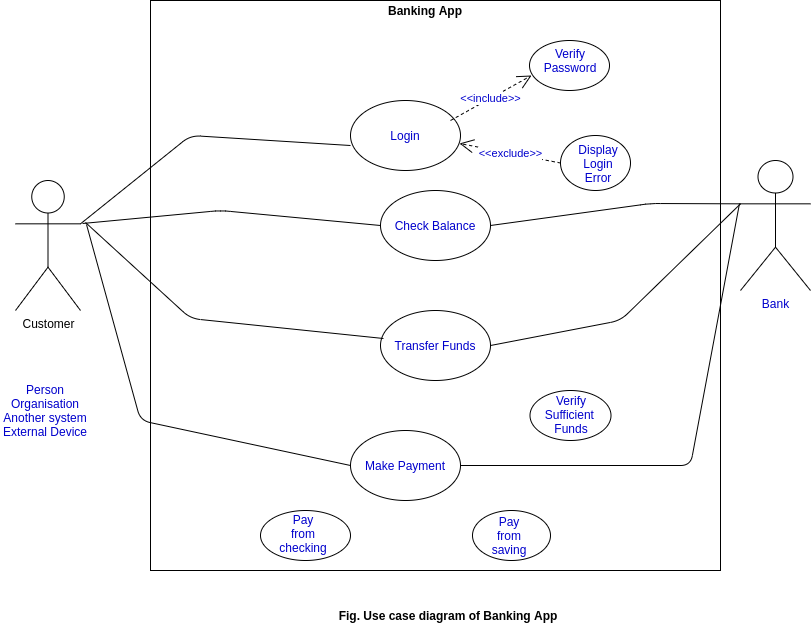
ERUSDHARMENDRA/diagrams keeps this draw.io diagram as use_case_diagram.png. Above is the earlier version. Source tidied: cells renumbered, new cells last; positions are measured from the earlier drawing's top-left corner, leaving out a move shared by most shapes.
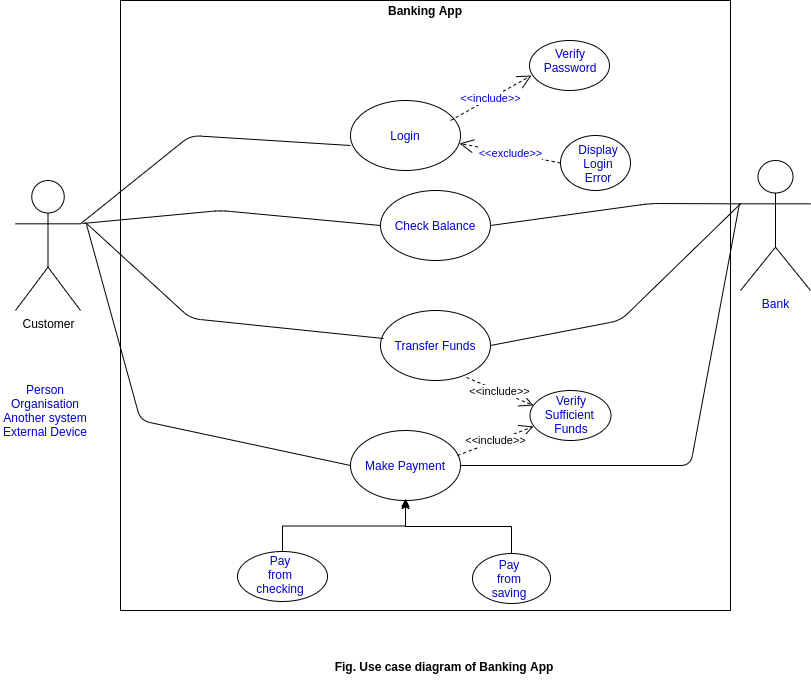
The same diagram one commit later.

Change to the diagram source:
```diff
@@ -3,7 +3,7 @@
     <mxCell id="0" />
     <mxCell id="1" parent="0" />
     <mxCell id="2" style="whiteSpace=wrap;html=1;" parent="1" vertex="1">
-      <mxGeometry x="150" width="570" height="570" as="geometry" />
+      <mxGeometry x="120" width="610" height="610" as="geometry" />
     </mxCell>
     <mxCell id="3" value="Banking App" style="text;html=1;strokeColor=none;align=center;verticalAlign=middle;whiteSpace=wrap;rounded=0;fontStyle=1;" parent="1" vertex="1">
       <mxGeometry x="380" width="90" height="20" as="geometry" />
@@ -113,17 +113,30 @@
     <mxCell id="27" value="Verify Sufficient&amp;nbsp;&lt;br&gt;Funds" style="text;html=1;strokeColor=none;fillColor=none;align=center;verticalAlign=middle;whiteSpace=wrap;rounded=0;fontColor=#0000CC;" parent="1" vertex="1">
       <mxGeometry x="550.5" y="404" width="40" height="20" as="geometry" />
     </mxCell>
+    <mxCell id="35" style="edgeStyle=orthogonalEdgeStyle;rounded=0;jettySize=auto;html=1;exitX=0.5;exitY=0;exitDx=0;exitDy=0;entryX=0.5;entryY=1;entryDx=0;entryDy=0;fontColor=#000000;" parent="1" edge="1" source="28" target="13">
+      <mxGeometry relative="1" as="geometry" />
+    </mxCell>
     <mxCell id="28" style="ellipse;whiteSpace=wrap;html=1;fontColor=#0000CC;fillColor=none;" parent="1" vertex="1">
-      <mxGeometry x="260" y="510" width="90" height="50" as="geometry" />
+      <mxGeometry x="237" y="551" width="90" height="50" as="geometry" />
     </mxCell>
     <mxCell id="29" value="Pay from checking" style="text;html=1;strokeColor=none;fillColor=none;align=center;verticalAlign=middle;whiteSpace=wrap;rounded=0;fontColor=#0000CC;" parent="1" vertex="1">
-      <mxGeometry x="283" y="523" width="40" height="20" as="geometry" />
+      <mxGeometry x="260" y="564" width="40" height="20" as="geometry" />
     </mxCell>
+    <mxCell id="36" style="edgeStyle=orthogonalEdgeStyle;rounded=0;orthogonalLoop=1;jettySize=auto;html=1;exitX=0.5;exitY=0;exitDx=0;exitDy=0;fontColor=#000000;" parent="1" edge="1">
+      <mxGeometry relative="1" as="geometry">
+        <mxPoint x="511" y="553" as="sourcePoint" />
+        <mxPoint x="405" y="498" as="targetPoint" />
+        <Array as="points">
+          <mxPoint x="511" y="526" />
+          <mxPoint x="405" y="526" />
+        </Array>
+      </mxGeometry>
+    </mxCell>
     <mxCell id="30" style="ellipse;whiteSpace=wrap;html=1;fontColor=#0000CC;fillColor=none;" parent="1" vertex="1">
-      <mxGeometry x="472" y="510" width="78" height="50" as="geometry" />
+      <mxGeometry x="472" y="553" width="78" height="50" as="geometry" />
     </mxCell>
     <mxCell id="31" value="Pay from saving" style="text;html=1;strokeColor=none;fillColor=none;align=center;verticalAlign=middle;whiteSpace=wrap;rounded=0;fontColor=#0000CC;" parent="1" vertex="1">
-      <mxGeometry x="489" y="525" width="40" height="20" as="geometry" />
+      <mxGeometry x="489" y="568" width="40" height="20" as="geometry" />
     </mxCell>
     <mxCell id="32" value="&amp;lt;&amp;lt;include&amp;gt;&amp;gt;" style="endArrow=open;endSize=12;dashed=1;html=1;fontColor=#0000CC;entryX=0.025;entryY=0.7;entryDx=0;entryDy=0;entryPerimeter=0;exitX=1;exitY=0;exitDx=0;exitDy=0;" parent="1" edge="1" source="8" target="22">
       <mxGeometry relative="1" as="geometry" />
@@ -132,7 +145,13 @@
       <mxGeometry relative="1" as="geometry" />
     </mxCell>
     <mxCell id="34" value="Fig. Use case diagram of Banking App" style="text;html=1;strokeColor=none;fillColor=none;align=center;verticalAlign=middle;whiteSpace=wrap;rounded=0;fontStyle=1;" parent="1" vertex="1">
-      <mxGeometry x="323" y="590" width="250" height="50" as="geometry" />
+      <mxGeometry x="319" y="641" width="250" height="50" as="geometry" />
     </mxCell>
+    <mxCell id="37" value="&amp;lt;&amp;lt;include&amp;gt;&amp;gt;" style="endArrow=open;endSize=12;dashed=1;html=1;fontColor=#000000;entryX=0.043;entryY=0.3;entryDx=0;entryDy=0;exitX=0.782;exitY=0.957;exitDx=0;exitDy=0;exitPerimeter=0;entryPerimeter=0;" parent="1" edge="1" source="11" target="26">
+      <mxGeometry relative="1" as="geometry" />
+    </mxCell>
+    <mxCell id="38" value="&amp;lt;&amp;lt;include&amp;gt;&amp;gt;" style="endArrow=open;endSize=12;dashed=1;html=1;fontColor=#000000;exitX=0.973;exitY=0.357;exitDx=0;exitDy=0;exitPerimeter=0;entryX=0.043;entryY=0.72;entryDx=0;entryDy=0;entryPerimeter=0;" parent="1" edge="1" source="13" target="26">
+      <mxGeometry relative="1" as="geometry" />
+    </mxCell>
   </root>
 </mxGraphModel>
```
